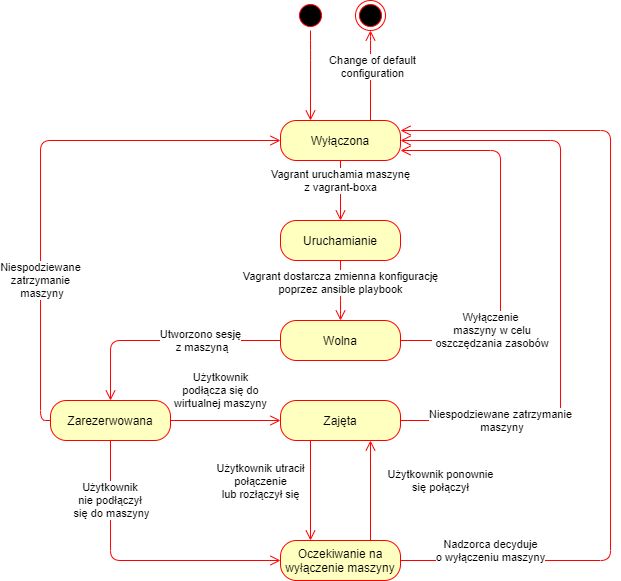
This is diagrams/state_diagrams/virtual_machine.png from one-click-desktop/documentation, a draw.io export, as it was before one commit. Source tidied: cells renumbered, new cells last; positions are measured from the earlier drawing's top-left corner, leaving out a move shared by most shapes.
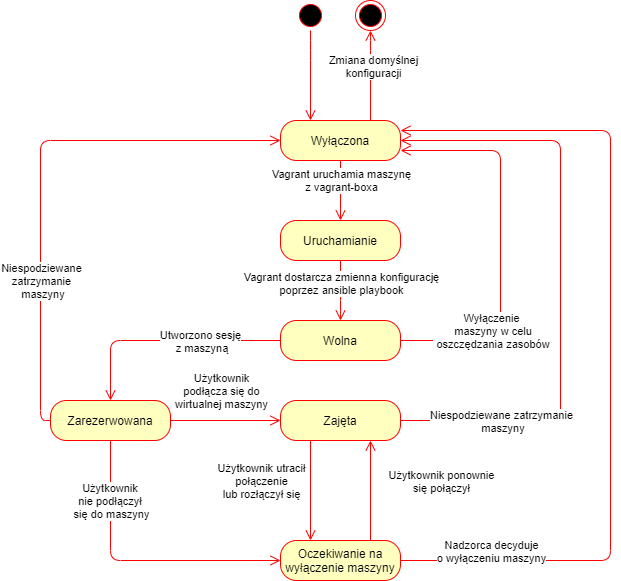
After the commit.

Diff of the diagram source:
```diff
@@ -50,7 +50,7 @@
         </Array>
       </mxGeometry>
     </mxCell>
-    <mxCell id="12" value="Change of default&lt;br&gt;configuration" style="edgeLabel;html=1;align=center;verticalAlign=middle;" parent="11" vertex="1">
+    <mxCell id="12" value="Zmiana domyślnej&lt;br&gt;konfiguracji" style="edgeLabel;html=1;align=center;verticalAlign=middle;" parent="11" vertex="1">
       <mxGeometry x="0.22" y="-2" relative="1" as="geometry" />
     </mxCell>
     <mxCell id="13" value="Wolna" style="rounded=1;whiteSpace=wrap;html=1;arcSize=40;fontColor=#000000;fillColor=#ffffc0;strokeColor=#ff0000;" parent="1" vertex="1">
```
